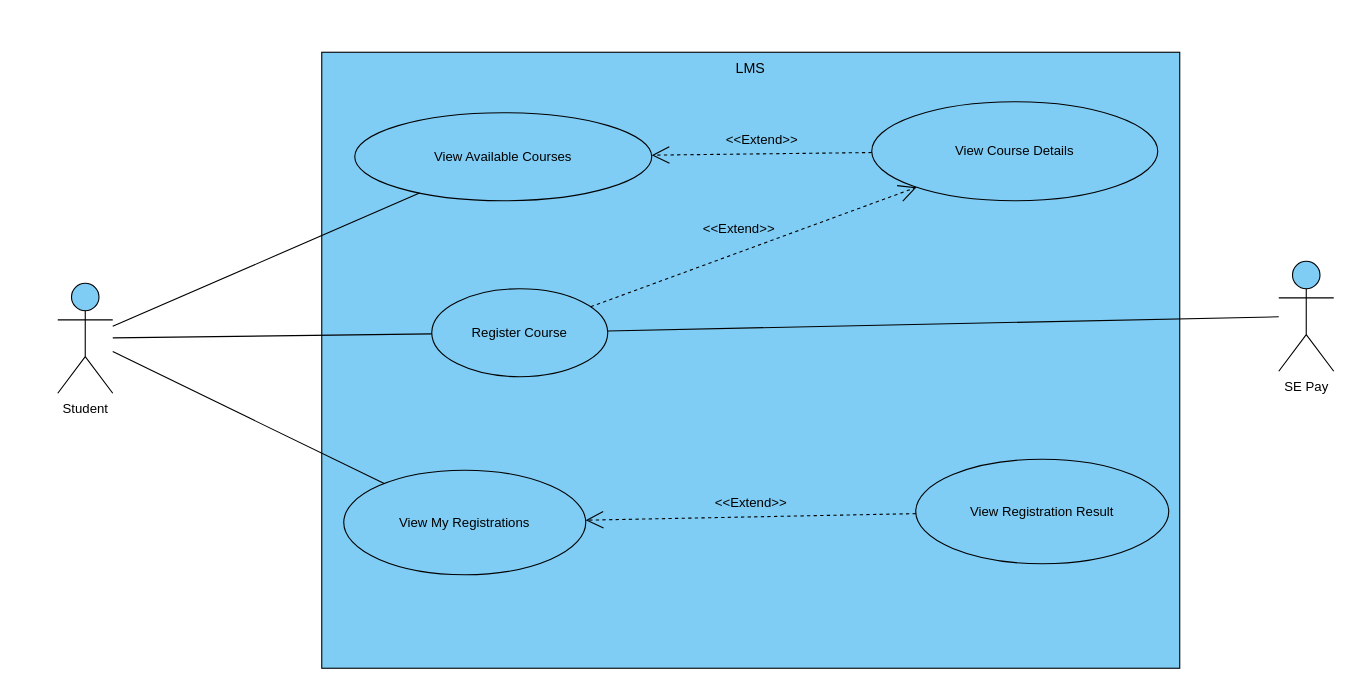
The draw.io diagram page "1. Use Case" (1 of 7) of docs/diagrams/enroll_course_with_payment.drawio in DinhLam728/SWD392_Group6_LMS, before the edit. Source tidied: cells renumbered, new cells numbered last; positions are measured from the earlier drawing's top-left corner, leaving out a move shared by most shapes. Both pictures are drawn from the tidied source at 110%, with x=0, y=0 at pixel (57, 52).
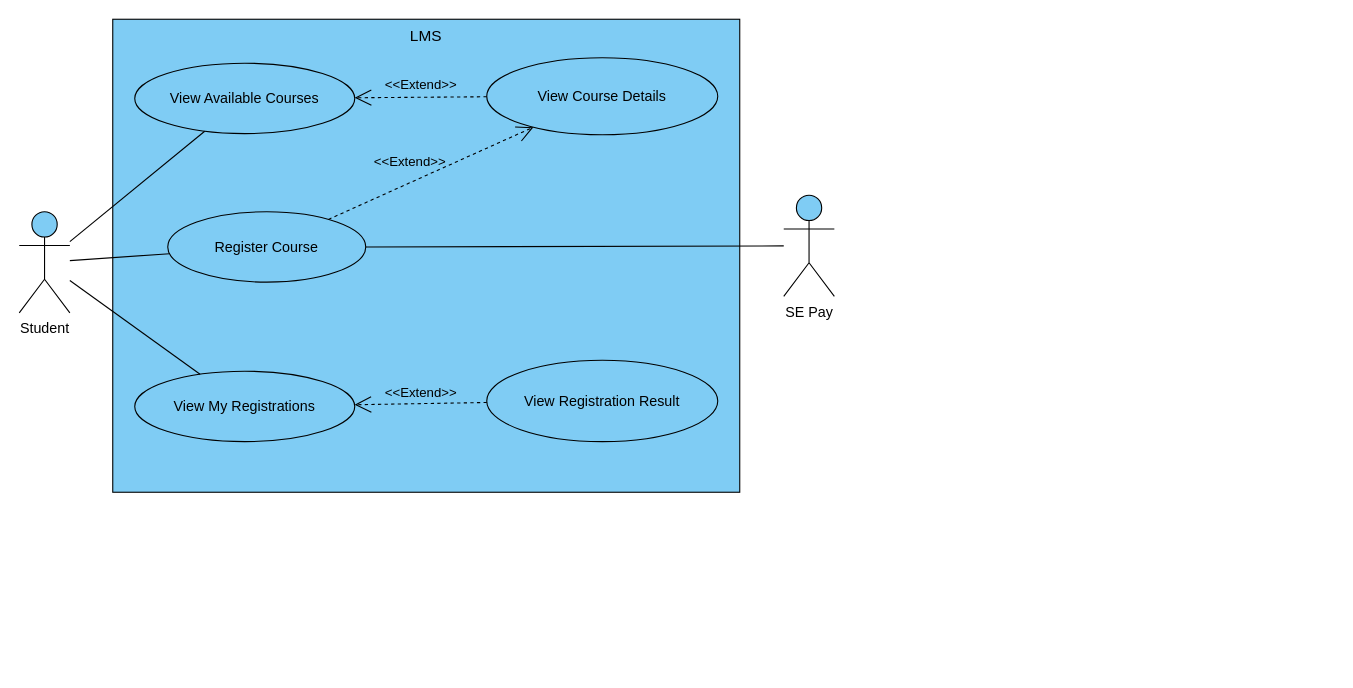
The same diagram, later.

Diff of the diagram source:
```diff
@@
 <mxGraphModel>
   <root>
     <mxCell id="0" />
     <mxCell id="1" parent="0" />
-    <mxCell id="2" value="LMS" style="rounded=0;html=1;whiteSpace=wrap;fillColor=#7FCCF4;strokeColor=#000000;fontFamily=Arial;fontSize=11;fontColor=#000000;verticalAlign=top;fontSize=13;" parent="1" vertex="1">
-      <mxGeometry x="240" width="780" height="560" as="geometry" />
+    <mxCell id="2" value="LMS" style="rounded=0;html=1;whiteSpace=wrap;fillColor=#7FCCF4;strokeColor=#000000;fontFamily=Arial;fontSize=14;fontColor=#000000;verticalAlign=top;" parent="1" vertex="1">
+      <mxGeometry x="50" y="-30" width="570" height="430" as="geometry" />
     </mxCell>
-    <mxCell id="3" value="View Available Courses" style="ellipse;html=1;whiteSpace=wrap;fillColor=#7FCCF4;strokeColor=#000000;fontFamily=Arial;fontSize=11;fontColor=#000000;fontSize=12;" parent="1" vertex="1">
-      <mxGeometry x="270" y="55" width="270" height="80" as="geometry" />
+    <mxCell id="3" value="View Available Courses" style="ellipse;html=1;whiteSpace=wrap;fillColor=#7FCCF4;strokeColor=#000000;fontFamily=Arial;fontSize=13;fontColor=#000000;" parent="1" vertex="1">
+      <mxGeometry x="70" y="10" width="200" height="64" as="geometry" />
     </mxCell>
-    <mxCell id="4" value="View Course Details" style="ellipse;html=1;whiteSpace=wrap;fillColor=#7FCCF4;strokeColor=#000000;fontFamily=Arial;fontSize=11;fontColor=#000000;fontSize=12;" parent="1" vertex="1">
-      <mxGeometry x="740" y="45" width="260" height="90" as="geometry" />
+    <mxCell id="4" value="View Course Details" style="ellipse;html=1;whiteSpace=wrap;fillColor=#7FCCF4;strokeColor=#000000;fontFamily=Arial;fontSize=13;fontColor=#000000;" parent="1" vertex="1">
+      <mxGeometry x="390" y="5" width="210" height="70" as="geometry" />
     </mxCell>
-    <mxCell id="5" value="Register Course" style="ellipse;html=1;whiteSpace=wrap;fillColor=#7FCCF4;strokeColor=#000000;fontFamily=Arial;fontSize=11;fontColor=#000000;fontSize=12;" parent="1" vertex="1">
-      <mxGeometry x="340" y="215" width="160" height="80" as="geometry" />
+    <mxCell id="5" value="Register Course" style="ellipse;html=1;whiteSpace=wrap;fillColor=#7FCCF4;strokeColor=#000000;fontFamily=Arial;fontSize=13;fontColor=#000000;" parent="1" vertex="1">
+      <mxGeometry x="100" y="145" width="180" height="64" as="geometry" />
     </mxCell>
-    <mxCell id="6" value="View My Registrations" style="ellipse;html=1;whiteSpace=wrap;fillColor=#7FCCF4;strokeColor=#000000;fontFamily=Arial;fontSize=11;fontColor=#000000;fontSize=12;" parent="1" vertex="1">
-      <mxGeometry x="260" y="380" width="220" height="95" as="geometry" />
+    <mxCell id="6" value="View My Registrations" style="ellipse;html=1;whiteSpace=wrap;fillColor=#7FCCF4;strokeColor=#000000;fontFamily=Arial;fontSize=13;fontColor=#000000;" parent="1" vertex="1">
+      <mxGeometry x="70" y="290" width="200" height="64" as="geometry" />
     </mxCell>
-    <mxCell id="7" value="View Registration Result" style="ellipse;html=1;whiteSpace=wrap;fillColor=#7FCCF4;strokeColor=#000000;fontFamily=Arial;fontSize=11;fontColor=#000000;fontSize=12;" parent="1" vertex="1">
-      <mxGeometry x="780" y="370" width="230" height="95" as="geometry" />
+    <mxCell id="7" value="View Registration Result" style="ellipse;html=1;whiteSpace=wrap;fillColor=#7FCCF4;strokeColor=#000000;fontFamily=Arial;fontSize=13;fontColor=#000000;" parent="1" vertex="1">
+      <mxGeometry x="390" y="280" width="210" height="74" as="geometry" />
     </mxCell>
-    <mxCell id="8" value="Student" style="shape=umlActor;verticalLabelPosition=bottom;verticalAlign=top;html=1;outlineConnect=0;fillColor=#7FCCF4;strokeColor=#000000;fontFamily=Arial;fontSize=11;fontColor=#000000;fontSize=12;" parent="1" vertex="1">
-      <mxGeometry y="210" width="50" height="100" as="geometry" />
+    <mxCell id="8" value="Student" style="shape=umlActor;verticalLabelPosition=bottom;verticalAlign=top;html=1;outlineConnect=0;fillColor=#7FCCF4;strokeColor=#000000;fontFamily=Arial;fontSize=13;fontColor=#000000;" parent="1" vertex="1">
+      <mxGeometry x="-35" y="145" width="46" height="92" as="geometry" />
     </mxCell>
-    <mxCell id="9" value="SE Pay" style="shape=umlActor;verticalLabelPosition=bottom;verticalAlign=top;html=1;outlineConnect=0;fillColor=#7FCCF4;strokeColor=#000000;fontFamily=Arial;fontSize=11;fontColor=#000000;fontSize=12;" parent="1" vertex="1">
-      <mxGeometry x="1110" y="190" width="50" height="100" as="geometry" />
+    <mxCell id="9" value="SE Pay" style="shape=umlActor;verticalLabelPosition=bottom;verticalAlign=top;html=1;outlineConnect=0;fillColor=#7FCCF4;strokeColor=#000000;fontFamily=Arial;fontSize=13;fontColor=#000000;" parent="1" vertex="1">
+      <mxGeometry x="660" y="130" width="46" height="92" as="geometry" />
     </mxCell>
     <mxCell id="10" style="endArrow=none;html=1;strokeColor=#000000;labelBackgroundColor=none;" parent="1" edge="1" source="8" target="3">
       <mxGeometry relative="1" as="geometry" />
     </mxCell>
     <mxCell id="11" style="endArrow=none;html=1;strokeColor=#000000;labelBackgroundColor=none;" parent="1" edge="1" source="8" target="5">
       <mxGeometry relative="1" as="geometry" />
     </mxCell>
     <mxCell id="12" style="endArrow=none;html=1;strokeColor=#000000;labelBackgroundColor=none;" parent="1" edge="1" source="8" target="6">
       <mxGeometry relative="1" as="geometry" />
     </mxCell>
     <mxCell id="13" style="endArrow=none;html=1;strokeColor=#000000;labelBackgroundColor=none;" parent="1" edge="1" source="5" target="9">
       <mxGeometry relative="1" as="geometry" />
     </mxCell>
-    <mxCell id="14" value="&amp;lt;&amp;lt;Extend&amp;gt;&amp;gt;" style="endArrow=open;endSize=14;dashed=1;html=1;strokeColor=#000000;fontFamily=Arial;fontSize=11;fontColor=#000000;fontSize=12;labelBackgroundColor=none;" parent="1" edge="1" source="4" target="3">
-      <mxGeometry y="-12" relative="1" as="geometry" />
+    <mxCell id="14" value="&amp;lt;&amp;lt;Extend&amp;gt;&amp;gt;" style="endArrow=open;endSize=13;dashed=1;html=1;strokeColor=#000000;fontFamily=Arial;fontSize=12;fontColor=#000000;labelBackgroundColor=none;" parent="1" edge="1" source="4" target="3">
+      <mxGeometry y="-11" relative="1" as="geometry" />
     </mxCell>
-    <mxCell id="15" value="&amp;lt;&amp;lt;Extend&amp;gt;&amp;gt;" style="endArrow=open;endSize=14;dashed=1;html=1;strokeColor=#000000;fontFamily=Arial;fontSize=11;fontColor=#000000;fontSize=12;labelBackgroundColor=none;" parent="1" edge="1" source="5" target="4">
-      <mxGeometry x="-0.04" y="20" relative="1" as="geometry" />
+    <mxCell id="15" value="&amp;lt;&amp;lt;Extend&amp;gt;&amp;gt;" style="endArrow=open;endSize=13;dashed=1;html=1;strokeColor=#000000;fontFamily=Arial;fontSize=12;fontColor=#000000;labelBackgroundColor=none;" parent="1" edge="1" source="5" target="4">
+      <mxGeometry x="-0.13" y="17" relative="1" as="geometry" />
     </mxCell>
-    <mxCell id="16" value="&amp;lt;&amp;lt;Extend&amp;gt;&amp;gt;" style="endArrow=open;endSize=14;dashed=1;html=1;strokeColor=#000000;fontFamily=Arial;fontSize=11;fontColor=#000000;fontSize=12;labelBackgroundColor=none;" parent="1" edge="1" source="7" target="6">
-      <mxGeometry y="-12" relative="1" as="geometry" />
+    <mxCell id="16" value="&amp;lt;&amp;lt;Extend&amp;gt;&amp;gt;" style="endArrow=open;endSize=13;dashed=1;html=1;strokeColor=#000000;fontFamily=Arial;fontSize=12;fontColor=#000000;labelBackgroundColor=none;" parent="1" edge="1" source="7" target="6">
+      <mxGeometry y="-9" relative="1" as="geometry" />
     </mxCell>
   </root>
 </mxGraphModel>
```
